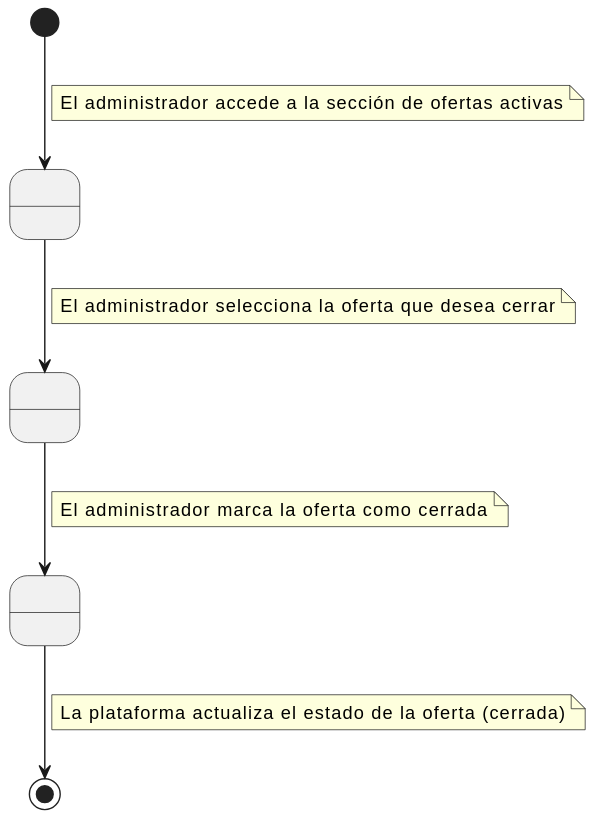
Earlier version of the PlantUML export modelosUML/CasosDeUso/svg/Detallar/cerrarOferta.svg (mmasias/24-25-IdSw1-SDR). Its diagram source:
```plantuml
@startuml
state " " as Estado1
state " " as Estado2
state " " as Estado3

[*] --> Estado1
    note on link
        El administrador accede a la sección de ofertas activas
    end note
Estado1 --> Estado2
    note on link
        El administrador selecciona la oferta que desea cerrar
    end note
Estado2 --> Estado3
    note on link
        El administrador marca la oferta como cerrada
    end note
Estado3 --> [*]
    note on link
        La plataforma actualiza el estado de la oferta (cerrada)
    end note
@enduml
```
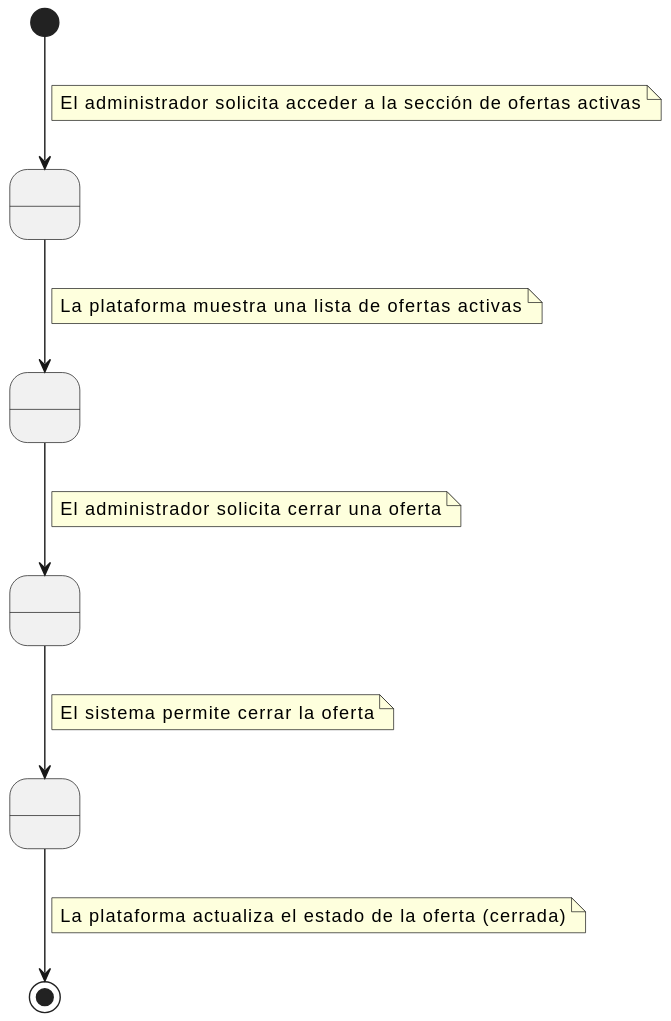
After the change.

The edit, as a diff of the source:
```diff
@@ -2,20 +2,25 @@
 state " " as Estado1
 state " " as Estado2
 state " " as Estado3
+state " " as Estado4
 
 [*] --> Estado1
     note on link
-        El administrador accede a la sección de ofertas activas
+        El administrador solicita acceder a la sección de ofertas activas
     end note
 Estado1 --> Estado2
     note on link
-        El administrador selecciona la oferta que desea cerrar
+        La plataforma muestra una lista de ofertas activas
     end note
 Estado2 --> Estado3
     note on link
-        El administrador marca la oferta como cerrada
+        El administrador solicita cerrar una oferta
     end note
-Estado3 --> [*]
+Estado3 --> Estado4
+    note on link
+        El sistema permite cerrar la oferta
+    end note
+Estado4 --> [*]
     note on link
         La plataforma actualiza el estado de la oferta (cerrada)
     end note
```
